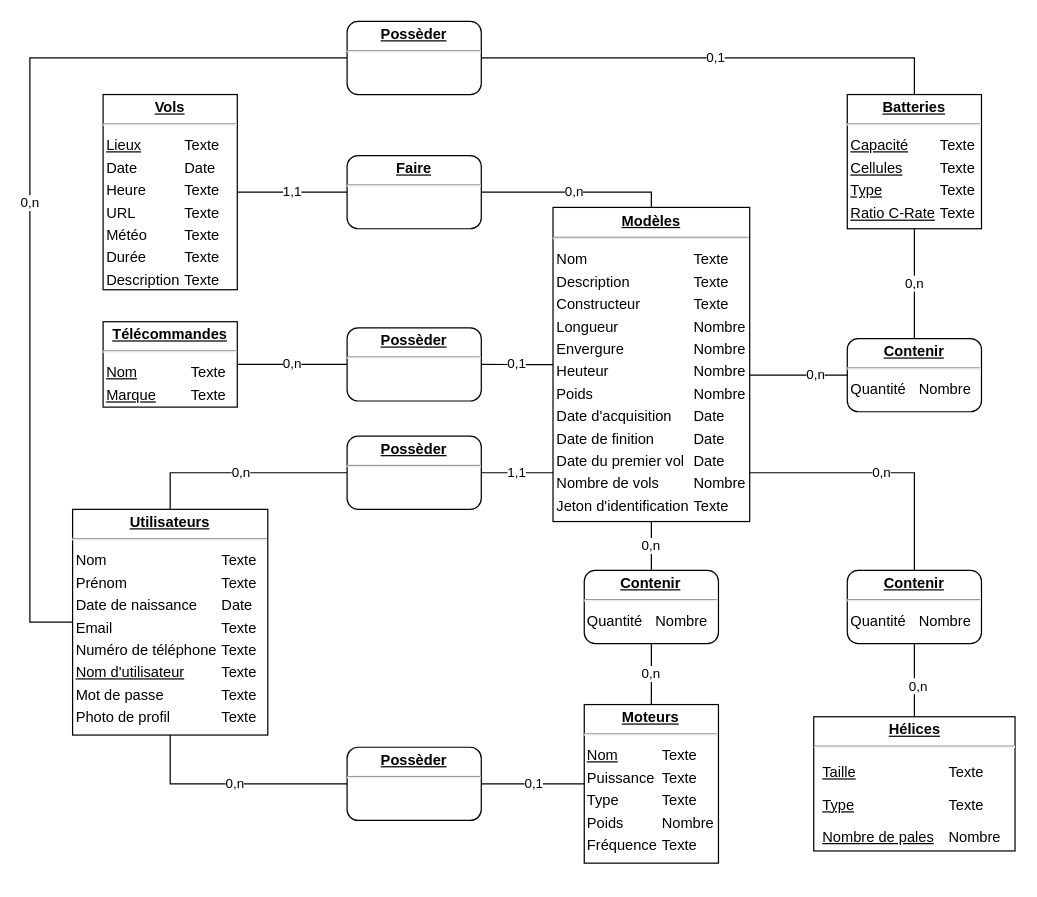
Before: documents/DB/MCD.drawio in R0kkxSynetique/TPI, a draw.io diagram. Source tidied: cells renumbered, new cells numbered last; positions are measured from the earlier drawing's top-left corner, leaving out a move shared by most shapes. Both pictures are drawn from the tidied source at 122%, with x=0, y=0 at pixel (29, 21).
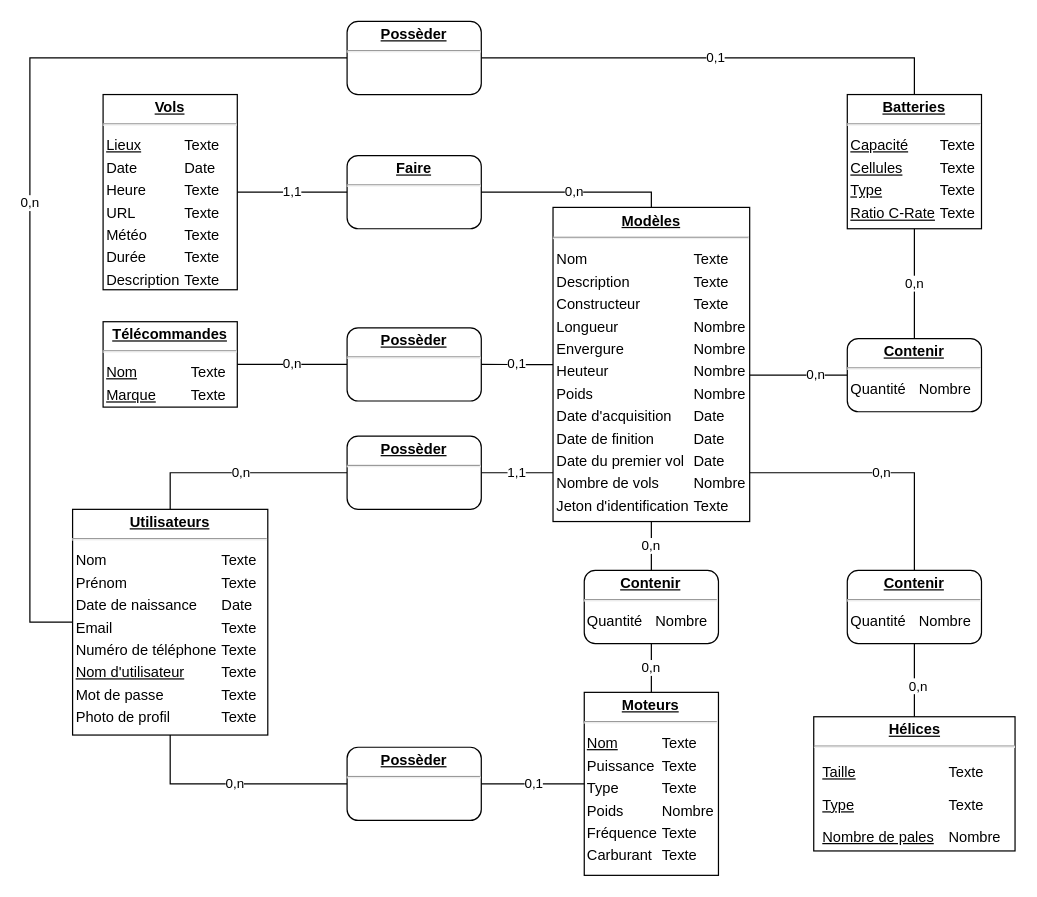
The same diagram, later.

Change to the diagram source:
```diff
@@
-    <mxCell id="7" value="&lt;p style=&quot;margin: 0px ; margin-top: 4px ; text-align: center ; text-decoration: underline&quot;&gt;&lt;b&gt;Moteurs&lt;/b&gt;&lt;/p&gt;&lt;hr&gt;&lt;p style=&quot;border-color: var(--border-color); margin: 0px 0px 0px 8px;&quot;&gt;&lt;/p&gt;&lt;table align=&quot;left&quot;&gt;&lt;tbody&gt;&lt;tr&gt;&lt;td&gt;&lt;u&gt;Nom&lt;/u&gt;&lt;/td&gt;&lt;td&gt;Texte&lt;/td&gt;&lt;/tr&gt;&lt;tr&gt;&lt;td&gt;Puissance&lt;/td&gt;&lt;td&gt;Texte&lt;/td&gt;&lt;/tr&gt;&lt;tr&gt;&lt;td&gt;Type&lt;/td&gt;&lt;td&gt;Texte&lt;/td&gt;&lt;/tr&gt;&lt;tr&gt;&lt;td&gt;Poids&lt;/td&gt;&lt;td&gt;Nombre&lt;/td&gt;&lt;/tr&gt;&lt;tr&gt;&lt;td&gt;Fréquence&lt;/td&gt;&lt;td&gt;Texte&lt;/td&gt;&lt;/tr&gt;&lt;/tbody&gt;&lt;/table&gt;&lt;p&gt;&lt;/p&gt;&lt;table&gt;&lt;tbody&gt;&lt;/tbody&gt;&lt;/table&gt;" style="verticalAlign=top;align=left;overflow=fill;fontSize=12;fontFamily=Helvetica;html=1;rounded=0;shadow=0;comic=0;labelBackgroundColor=none;strokeWidth=1;" parent="1" vertex="1">
-      <mxGeometry x="454.4" y="560" width="110" height="130" as="geometry" />
+    <mxCell id="7" value="&lt;p style=&quot;margin: 0px ; margin-top: 4px ; text-align: center ; text-decoration: underline&quot;&gt;&lt;b&gt;Moteurs&lt;/b&gt;&lt;/p&gt;&lt;hr&gt;&lt;p style=&quot;border-color: var(--border-color); margin: 0px 0px 0px 8px;&quot;&gt;&lt;/p&gt;&lt;table align=&quot;left&quot;&gt;&lt;tbody&gt;&lt;tr&gt;&lt;td&gt;&lt;u&gt;Nom&lt;/u&gt;&lt;/td&gt;&lt;td&gt;Texte&lt;/td&gt;&lt;/tr&gt;&lt;tr&gt;&lt;td&gt;Puissance&lt;/td&gt;&lt;td&gt;Texte&lt;/td&gt;&lt;/tr&gt;&lt;tr&gt;&lt;td&gt;Type&lt;/td&gt;&lt;td&gt;Texte&lt;/td&gt;&lt;/tr&gt;&lt;tr&gt;&lt;td&gt;Poids&lt;/td&gt;&lt;td&gt;Nombre&lt;/td&gt;&lt;/tr&gt;&lt;tr&gt;&lt;td&gt;Fréquence&lt;/td&gt;&lt;td&gt;Texte&lt;/td&gt;&lt;/tr&gt;&lt;tr&gt;&lt;td&gt;Carburant&lt;/td&gt;&lt;td&gt;Texte&lt;/td&gt;&lt;/tr&gt;&lt;/tbody&gt;&lt;/table&gt;&lt;p&gt;&lt;/p&gt;&lt;table&gt;&lt;tbody&gt;&lt;/tbody&gt;&lt;/table&gt;" style="verticalAlign=top;align=left;overflow=fill;fontSize=12;fontFamily=Helvetica;html=1;rounded=0;shadow=0;comic=0;labelBackgroundColor=none;strokeWidth=1;" parent="1" vertex="1">
+      <mxGeometry x="454.4" y="550" width="110" height="150" as="geometry" />
     </mxCell>
```
